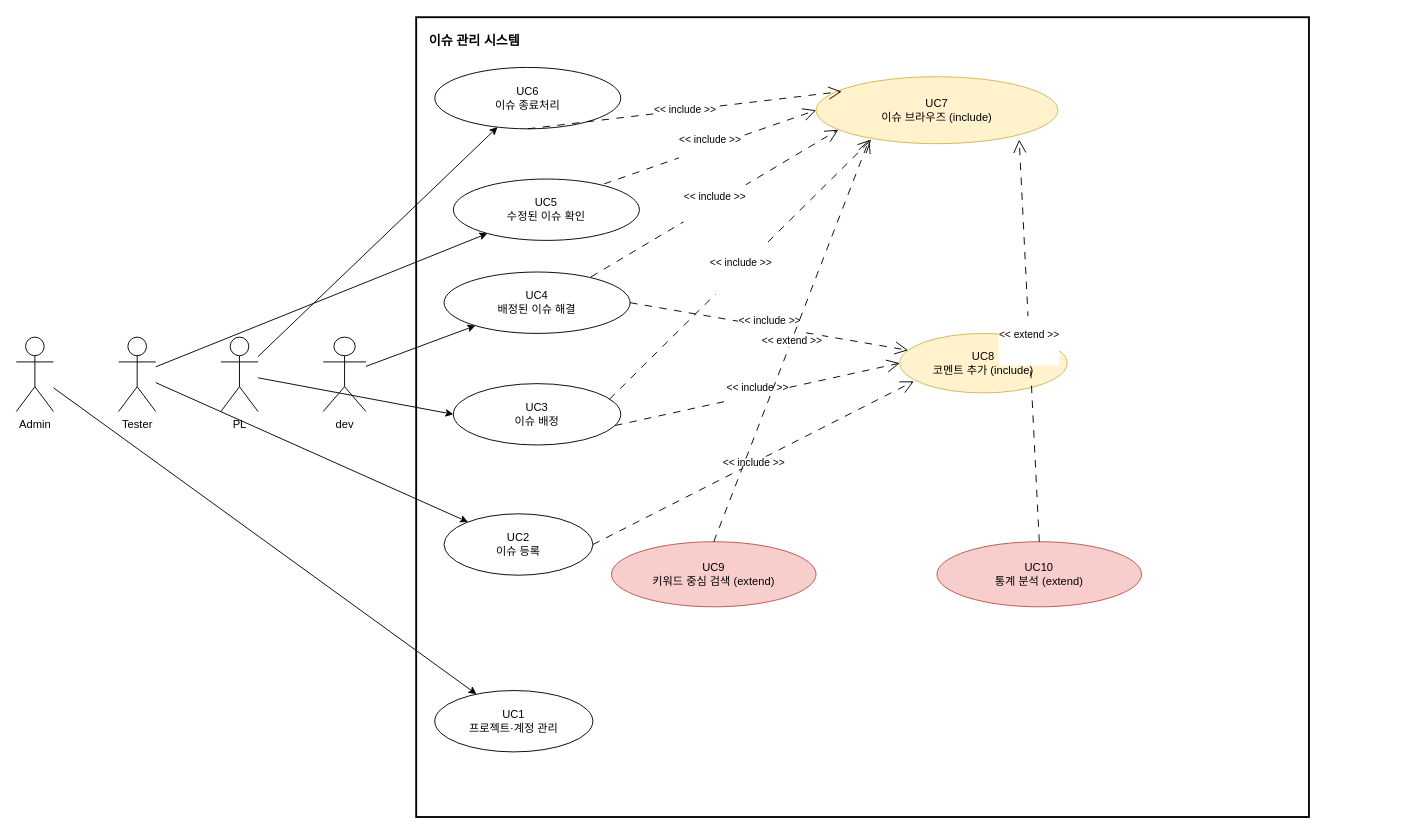
cau-sw-2026-spring-se01-team5/SE-Spring-Term-Project keeps this draw.io diagram as docs/artifacts/usecases-ver2.1/its-use-case-diagram.drawio. Above is the earlier version. Source tidied: cells renumbered, new cells numbered last; positions are measured from the earlier drawing's top-left corner, leaving out a move shared by most shapes. Both pictures are drawn from the tidied source at 93%, with x=0, y=0 at pixel (16, 17).
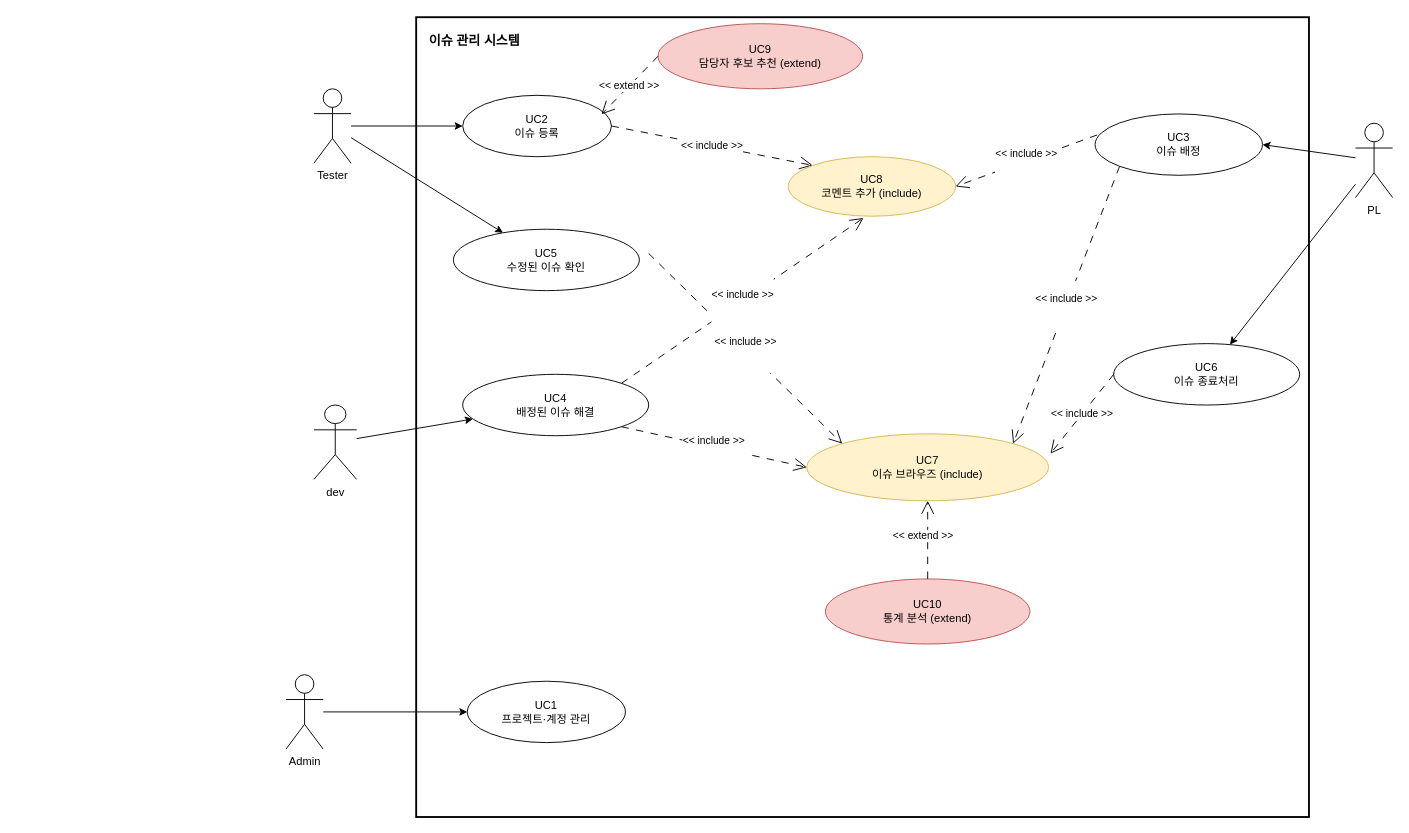
Above is the later version.

Diff of the diagram source:
```diff
@@
     <mxCell id="3" value="Admin" style="shape=umlActor;verticalLabelPosition=bottom;verticalAlign=top;html=1;outlineConnect=0;" parent="1" vertex="1">
-      <mxGeometry y="344" width="40" height="80" as="geometry" />
+      <mxGeometry x="290" y="707" width="40" height="80" as="geometry" />
     </mxCell>
     <mxCell id="4" value="Tester" style="shape=umlActor;verticalLabelPosition=bottom;verticalAlign=top;html=1;outlineConnect=0;" parent="1" vertex="1">
-      <mxGeometry x="110" y="344" width="40" height="80" as="geometry" />
+      <mxGeometry x="320" y="77" width="40" height="80" as="geometry" />
     </mxCell>
     <mxCell id="5" value="PL" style="shape=umlActor;verticalLabelPosition=bottom;verticalAlign=top;html=1;outlineConnect=0;" parent="1" vertex="1">
-      <mxGeometry x="220" y="344" width="40" height="80" as="geometry" />
+      <mxGeometry x="1440" y="114" width="40" height="80" as="geometry" />
     </mxCell>
     <mxCell id="6" value="dev" style="shape=umlActor;verticalLabelPosition=bottom;verticalAlign=top;html=1;outlineConnect=0;" parent="1" vertex="1">
-      <mxGeometry x="330" y="344" width="46" height="80" as="geometry" />
+      <mxGeometry x="320" y="417" width="46" height="80" as="geometry" />
     </mxCell>
     <mxCell id="7" value="UC1&lt;br&gt;프로젝트·계정 관리" style="ellipse;whiteSpace=wrap;html=1;" parent="1" vertex="1">
-      <mxGeometry x="450" y="724" width="170" height="66" as="geometry" />
+      <mxGeometry x="485" y="714" width="170" height="66" as="geometry" />
     </mxCell>
     <mxCell id="8" value="UC2&lt;br&gt;이슈 등록" style="ellipse;whiteSpace=wrap;html=1;" parent="1" vertex="1">
-      <mxGeometry x="460" y="534" width="160" height="66" as="geometry" />
+      <mxGeometry x="480" y="84" width="160" height="66" as="geometry" />
     </mxCell>
     <mxCell id="9" value="UC3&lt;br&gt;이슈 배정" style="ellipse;whiteSpace=wrap;html=1;" parent="1" vertex="1">
-      <mxGeometry x="470" y="394" width="180" height="66" as="geometry" />
+      <mxGeometry x="1160" y="104" width="180" height="66" as="geometry" />
     </mxCell>
     <mxCell id="10" value="UC4&lt;br&gt;배정된 이슈 해결" style="ellipse;whiteSpace=wrap;html=1;" parent="1" vertex="1">
-      <mxGeometry x="460" y="274" width="200" height="66" as="geometry" />
+      <mxGeometry x="480" y="384" width="200" height="66" as="geometry" />
     </mxCell>
     <mxCell id="11" value="UC5&lt;br&gt;수정된 이슈 확인" style="ellipse;whiteSpace=wrap;html=1;" parent="1" vertex="1">
-      <mxGeometry x="470" y="174" width="200" height="66" as="geometry" />
+      <mxGeometry x="470" y="228" width="200" height="66" as="geometry" />
     </mxCell>
     <mxCell id="12" value="UC6&lt;br&gt;이슈 종료처리" style="ellipse;whiteSpace=wrap;html=1;" parent="1" vertex="1">
-      <mxGeometry x="450" y="54" width="200" height="66" as="geometry" />
+      <mxGeometry x="1180" y="351" width="200" height="66" as="geometry" />
     </mxCell>
     <mxCell id="13" value="&lt;font color=&quot;#000000&quot;&gt;UC7&lt;br&gt;이슈 브라우즈 (include)&lt;/font&gt;" style="ellipse;whiteSpace=wrap;html=1;fillColor=#fff2cc;strokeColor=#d6b656;" parent="1" vertex="1">
-      <mxGeometry x="860" y="64" width="260" height="72" as="geometry" />
+      <mxGeometry x="850" y="448" width="260" height="72" as="geometry" />
     </mxCell>
-    <mxCell id="14" value="UC8&lt;br&gt;코멘트 추가&amp;nbsp;(include)" style="ellipse;whiteSpace=wrap;html=1;fillColor=#fff2cc;strokeColor=#d6b656;" parent="1" vertex="1">
-      <mxGeometry x="950" y="340" width="180" height="64" as="geometry" />
-    </mxCell>
-    <mxCell id="15" value="UC9&lt;br&gt;키워드 중심 검색 (extend)" style="ellipse;whiteSpace=wrap;html=1;fillColor=#f8cecc;strokeColor=#b85450;" parent="1" vertex="1">
-      <mxGeometry x="640" y="564" width="220" height="70" as="geometry" />
+    <mxCell id="15" value="UC9&lt;br&gt;담당자 후보 추천 (extend)" style="ellipse;whiteSpace=wrap;html=1;fillColor=#f8cecc;strokeColor=#b85450;" parent="1" vertex="1">
+      <mxGeometry x="690" y="7" width="220" height="70" as="geometry" />
     </mxCell>
     <mxCell id="16" value="UC10&lt;br&gt;통계 분석 (extend)" style="ellipse;whiteSpace=wrap;html=1;fillColor=#f8cecc;strokeColor=#b85450;" parent="1" vertex="1">
-      <mxGeometry x="990" y="564" width="220" height="70" as="geometry" />
+      <mxGeometry x="870" y="604" width="220" height="70" as="geometry" />
     </mxCell>
@@
-    <mxCell id="20" style="html=1;rounded=0;strokeWidth=1;endArrow=classic;startArrow=none;entryX=0;entryY=0.5;entryDx=0;entryDy=0;" parent="1" edge="1" source="5" target="9">
+    <mxCell id="20" style="html=1;rounded=0;strokeWidth=1;endArrow=classic;startArrow=none;entryX=1;entryY=0.5;entryDx=0;entryDy=0;" parent="1" edge="1" source="5" target="9">
       <mxGeometry relative="1" as="geometry" />
     </mxCell>
@@
-    <mxCell id="23" value="&#10;&lt;span style=&quot;color: rgb(0, 0, 0); font-family: Helvetica; font-size: 11px; font-style: normal; font-variant-ligatures: normal; font-variant-caps: normal; font-weight: 400; letter-spacing: normal; orphans: 2; text-align: center; text-indent: 0px; text-transform: none; widows: 2; word-spacing: 0px; -webkit-text-stroke-width: 0px; background-color: rgb(255, 255, 255); text-decoration-thickness: initial; text-decoration-style: initial; text-decoration-color: initial; float: none; display: inline !important;&quot;&gt;&amp;lt;&amp;lt; include &amp;gt;&amp;gt;&lt;/span&gt;&#10;&#10;" style="html=1;rounded=0;strokeWidth=1;fontSize=11;labelBackgroundColor=#ffffff;dashed=1;dashPattern=8 8;endArrow=open;endSize=12;endFill=0;startArrow=none;exitX=0.933;exitY=0.253;entryX=0.228;entryY=0.94;entryDx=0;entryDy=0;entryPerimeter=0;exitDx=0;exitDy=0;exitPerimeter=0;" parent="1" edge="1" source="9" target="13">
+    <mxCell id="23" value="&#10;&lt;span style=&quot;color: rgb(0, 0, 0); font-family: Helvetica; font-size: 11px; font-style: normal; font-variant-ligatures: normal; font-variant-caps: normal; font-weight: 400; letter-spacing: normal; orphans: 2; text-align: center; text-indent: 0px; text-transform: none; widows: 2; word-spacing: 0px; -webkit-text-stroke-width: 0px; background-color: rgb(255, 255, 255); text-decoration-thickness: initial; text-decoration-style: initial; text-decoration-color: initial; float: none; display: inline !important;&quot;&gt;&amp;lt;&amp;lt; include &amp;gt;&amp;gt;&lt;/span&gt;&#10;&#10;" style="html=1;rounded=0;strokeWidth=1;fontSize=11;labelBackgroundColor=#ffffff;dashed=1;dashPattern=8 8;endArrow=open;endSize=12;endFill=0;startArrow=none;entryX=1;entryY=0;entryDx=0;entryDy=0;exitX=0;exitY=1;exitDx=0;exitDy=0;" parent="1" edge="1" source="9" target="13">
       <mxGeometry relative="1" as="geometry" />
     </mxCell>
-    <mxCell id="24" value="&#10;&lt;span style=&quot;color: rgb(0, 0, 0); font-family: Helvetica; font-size: 11px; font-style: normal; font-variant-ligatures: normal; font-variant-caps: normal; font-weight: 400; letter-spacing: normal; orphans: 2; text-align: center; text-indent: 0px; text-transform: none; widows: 2; word-spacing: 0px; -webkit-text-stroke-width: 0px; background-color: rgb(255, 255, 255); text-decoration-thickness: initial; text-decoration-style: initial; text-decoration-color: initial; float: none; display: inline !important;&quot;&gt;&amp;lt;&amp;lt; include &amp;gt;&amp;gt;&lt;/span&gt;&#10;&#10;" style="html=1;rounded=0;strokeWidth=1;fontSize=11;labelBackgroundColor=#ffffff;dashed=1;dashPattern=8 8;endArrow=open;endSize=12;endFill=0;startArrow=none;exitX=0.79;exitY=0.079;entryX=0.092;entryY=0.792;entryDx=0;entryDy=0;entryPerimeter=0;exitDx=0;exitDy=0;exitPerimeter=0;" parent="1" edge="1" source="10" target="13">
+    <mxCell id="24" value="&#10;&lt;span style=&quot;color: rgb(0, 0, 0); font-family: Helvetica; font-size: 11px; font-style: normal; font-variant-ligatures: normal; font-variant-caps: normal; font-weight: 400; letter-spacing: normal; orphans: 2; text-align: center; text-indent: 0px; text-transform: none; widows: 2; word-spacing: 0px; -webkit-text-stroke-width: 0px; background-color: rgb(255, 255, 255); text-decoration-thickness: initial; text-decoration-style: initial; text-decoration-color: initial; float: none; display: inline !important;&quot;&gt;&amp;lt;&amp;lt; include &amp;gt;&amp;gt;&lt;/span&gt;&#10;&#10;" style="html=1;rounded=0;strokeWidth=1;fontSize=11;labelBackgroundColor=#ffffff;dashed=1;dashPattern=8 8;endArrow=open;endSize=12;endFill=0;startArrow=none;exitX=1;exitY=1;exitDx=0;exitDy=0;entryX=0;entryY=0.5;entryDx=0;entryDy=0;" parent="1" edge="1" source="10" target="13">
       <mxGeometry relative="1" as="geometry" />
     </mxCell>
-    <mxCell id="25" value="&#10;&lt;span style=&quot;color: rgb(0, 0, 0); font-family: Helvetica; font-size: 11px; font-style: normal; font-variant-ligatures: normal; font-variant-caps: normal; font-weight: 400; letter-spacing: normal; orphans: 2; text-align: center; text-indent: 0px; text-transform: none; widows: 2; word-spacing: 0px; -webkit-text-stroke-width: 0px; background-color: rgb(255, 255, 255); text-decoration-thickness: initial; text-decoration-style: initial; text-decoration-color: initial; float: none; display: inline !important;&quot;&gt;&amp;lt;&amp;lt; include &amp;gt;&amp;gt;&lt;/span&gt;&#10;&#10;" style="html=1;rounded=0;strokeWidth=1;fontSize=11;labelBackgroundColor=#ffffff;dashed=1;dashPattern=8 8;endArrow=open;endSize=12;endFill=0;startArrow=none;exitX=0.811;exitY=0.079;entryX=0;entryY=0.5;entryDx=0;entryDy=0;exitDx=0;exitDy=0;exitPerimeter=0;" parent="1" edge="1" source="11" target="13">
-      <mxGeometry relative="1" as="geometry" />
+    <mxCell id="25" value="&#10;&lt;span style=&quot;color: rgb(0, 0, 0); font-family: Helvetica; font-size: 11px; font-style: normal; font-variant-ligatures: normal; font-variant-caps: normal; font-weight: 400; letter-spacing: normal; orphans: 2; text-align: center; text-indent: 0px; text-transform: none; widows: 2; word-spacing: 0px; -webkit-text-stroke-width: 0px; background-color: rgb(255, 255, 255); text-decoration-thickness: initial; text-decoration-style: initial; text-decoration-color: initial; float: none; display: inline !important;&quot;&gt;&amp;lt;&amp;lt; include &amp;gt;&amp;gt;&lt;/span&gt;&#10;&#10;" style="html=1;rounded=0;strokeWidth=1;fontSize=11;labelBackgroundColor=#ffffff;dashed=1;dashPattern=8 8;endArrow=open;endSize=12;endFill=0;startArrow=none;entryX=0;entryY=0;entryDx=0;entryDy=0;" parent="1" edge="1" target="13">
+      <mxGeometry relative="1" as="geometry">
+        <mxPoint x="680" y="254" as="sourcePoint" />
+      </mxGeometry>
     </mxCell>
-    <mxCell id="26" value="&amp;lt;&amp;lt; include &amp;gt;&amp;gt;" style="html=1;rounded=0;strokeWidth=1;fontSize=11;labelBackgroundColor=#ffffff;dashed=1;dashPattern=8 8;endArrow=open;endSize=12;endFill=0;startArrow=none;exitX=0.5;exitY=1;entryX=0.106;entryY=0.221;entryDx=0;entryDy=0;entryPerimeter=0;" parent="1" edge="1" source="12" target="13">
+    <mxCell id="26" value="&amp;lt;&amp;lt; include &amp;gt;&amp;gt;" style="html=1;rounded=0;strokeWidth=1;fontSize=11;labelBackgroundColor=#ffffff;dashed=1;dashPattern=8 8;endArrow=open;endSize=12;endFill=0;startArrow=none;exitX=0;exitY=0.5;entryX=1.008;entryY=0.295;entryDx=0;entryDy=0;exitDx=0;exitDy=0;entryPerimeter=0;" parent="1" edge="1" source="12" target="13">
       <mxGeometry relative="1" as="geometry" />
     </mxCell>
-    <mxCell id="27" value="&amp;lt;&amp;lt; include &amp;gt;&amp;gt;" style="html=1;rounded=0;strokeWidth=1;fontSize=11;labelBackgroundColor=#ffffff;dashed=1;dashPattern=8 8;endArrow=open;endSize=12;endFill=0;startArrow=none;exitX=1;exitY=0.5;entryX=0.084;entryY=0.805;entryDx=0;entryDy=0;entryPerimeter=0;" parent="1" edge="1" source="8" target="14">
+    <mxCell id="27" value="&amp;lt;&amp;lt; include &amp;gt;&amp;gt;" style="html=1;rounded=0;strokeWidth=1;fontSize=11;labelBackgroundColor=#ffffff;dashed=1;dashPattern=8 8;endArrow=open;endSize=12;endFill=0;startArrow=none;exitX=1;exitY=0.5;entryX=0;entryY=0;entryDx=0;entryDy=0;" parent="1" edge="1" source="8" target="14">
       <mxGeometry relative="1" as="geometry" />
     </mxCell>
-    <mxCell id="28" value="&#10;&lt;span style=&quot;color: rgb(0, 0, 0); font-family: Helvetica; font-size: 11px; font-style: normal; font-variant-ligatures: normal; font-variant-caps: normal; font-weight: 400; letter-spacing: normal; orphans: 2; text-align: center; text-indent: 0px; text-transform: none; widows: 2; word-spacing: 0px; -webkit-text-stroke-width: 0px; background-color: rgb(255, 255, 255); text-decoration-thickness: initial; text-decoration-style: initial; text-decoration-color: initial; float: none; display: inline !important;&quot;&gt;&amp;lt;&amp;lt; include &amp;gt;&amp;gt;&lt;/span&gt;&#10;&#10;" style="html=1;rounded=0;strokeWidth=1;fontSize=11;labelBackgroundColor=#ffffff;dashed=1;dashPattern=8 8;endArrow=open;endSize=12;endFill=0;startArrow=none;exitX=1;exitY=0.7;entryX=0;entryY=0.5;entryDx=0;entryDy=0;" parent="1" edge="1" source="9" target="14">
+    <mxCell id="28" value="&#10;&lt;span style=&quot;color: rgb(0, 0, 0); font-family: Helvetica; font-size: 11px; font-style: normal; font-variant-ligatures: normal; font-variant-caps: normal; font-weight: 400; letter-spacing: normal; orphans: 2; text-align: center; text-indent: 0px; text-transform: none; widows: 2; word-spacing: 0px; -webkit-text-stroke-width: 0px; background-color: rgb(255, 255, 255); text-decoration-thickness: initial; text-decoration-style: initial; text-decoration-color: initial; float: none; display: inline !important;&quot;&gt;&amp;lt;&amp;lt; include &amp;gt;&amp;gt;&lt;/span&gt;&#10;&#10;" style="html=1;rounded=0;strokeWidth=1;fontSize=11;labelBackgroundColor=#ffffff;dashed=1;dashPattern=8 8;endArrow=open;endSize=12;endFill=0;startArrow=none;exitX=0.012;exitY=0.343;entryX=1;entryY=0.5;entryDx=0;entryDy=0;exitDx=0;exitDy=0;exitPerimeter=0;" parent="1" edge="1" source="9" target="14">
       <mxGeometry relative="1" as="geometry" />
     </mxCell>
-    <mxCell id="29" value="&#10;&lt;span style=&quot;color: rgb(0, 0, 0); font-family: Helvetica; font-size: 11px; font-style: normal; font-variant-ligatures: normal; font-variant-caps: normal; font-weight: 400; letter-spacing: normal; orphans: 2; text-align: center; text-indent: 0px; text-transform: none; widows: 2; word-spacing: 0px; -webkit-text-stroke-width: 0px; background-color: rgb(255, 255, 255); text-decoration-thickness: initial; text-decoration-style: initial; text-decoration-color: initial; float: none; display: inline !important;&quot;&gt;&amp;lt;&amp;lt; include &amp;gt;&amp;gt;&lt;/span&gt;&#10;&#10;" style="html=1;rounded=0;strokeWidth=1;fontSize=11;labelBackgroundColor=#ffffff;dashed=1;dashPattern=8 8;endArrow=open;endSize=12;endFill=0;startArrow=none;exitX=1;exitY=0.5;" parent="1" edge="1" source="10" target="14">
+    <mxCell id="29" value="&#10;&lt;span style=&quot;color: rgb(0, 0, 0); font-family: Helvetica; font-size: 11px; font-style: normal; font-variant-ligatures: normal; font-variant-caps: normal; font-weight: 400; letter-spacing: normal; orphans: 2; text-align: center; text-indent: 0px; text-transform: none; widows: 2; word-spacing: 0px; -webkit-text-stroke-width: 0px; background-color: rgb(255, 255, 255); text-decoration-thickness: initial; text-decoration-style: initial; text-decoration-color: initial; float: none; display: inline !important;&quot;&gt;&amp;lt;&amp;lt; include &amp;gt;&amp;gt;&lt;/span&gt;&#10;&#10;" style="html=1;rounded=0;strokeWidth=1;fontSize=11;labelBackgroundColor=#ffffff;dashed=1;dashPattern=8 8;endArrow=open;endSize=12;endFill=0;startArrow=none;exitX=1;exitY=0;entryX=0.45;entryY=1.029;entryDx=0;entryDy=0;entryPerimeter=0;exitDx=0;exitDy=0;" parent="1" edge="1" source="10" target="14">
       <mxGeometry relative="1" as="geometry" />
     </mxCell>
-    <mxCell id="30" value="&amp;lt;&amp;lt; extend &amp;gt;&amp;gt;" style="html=1;rounded=0;strokeWidth=1;fontSize=11;labelBackgroundColor=#ffffff;dashed=1;dashPattern=8 8;endArrow=open;endSize=12;endFill=0;startArrow=none;exitX=0.5;exitY=0;entryX=0.22;entryY=0.94;entryDx=0;entryDy=0;entryPerimeter=0;" parent="1" edge="1" source="15" target="13">
+    <mxCell id="30" value="&amp;lt;&amp;lt; extend &amp;gt;&amp;gt;" style="html=1;rounded=0;strokeWidth=1;fontSize=11;labelBackgroundColor=#ffffff;dashed=1;dashPattern=8 8;endArrow=open;endSize=12;endFill=0;startArrow=none;exitX=0.06;exitY=0.492;entryX=0.933;entryY=0.309;entryDx=0;entryDy=0;entryPerimeter=0;" parent="1" edge="1" source="15" target="8">
       <mxGeometry relative="1" as="geometry" />
     </mxCell>
-    <mxCell id="31" value="&#10;&lt;span style=&quot;color: rgb(0, 0, 0); font-family: Helvetica; font-size: 11px; font-style: normal; font-variant-ligatures: normal; font-variant-caps: normal; font-weight: 400; letter-spacing: normal; orphans: 2; text-align: center; text-indent: 0px; text-transform: none; widows: 2; word-spacing: 0px; -webkit-text-stroke-width: 0px; background-color: rgb(255, 255, 255); text-decoration-thickness: initial; text-decoration-style: initial; text-decoration-color: initial; float: none; display: inline !important;&quot;&gt;&amp;lt;&amp;lt; extend &amp;gt;&amp;gt;&lt;/span&gt;&#10;&#10;" style="html=1;rounded=0;strokeWidth=1;fontSize=11;labelBackgroundColor=#ffffff;dashed=1;dashPattern=8 8;endArrow=open;endSize=12;endFill=0;startArrow=none;exitX=0.5;exitY=0;entryX=0.84;entryY=0.94;entryDx=0;entryDy=0;entryPerimeter=0;exitDx=0;exitDy=0;" parent="1" edge="1" source="16" target="13">
-      <mxGeometry relative="1" as="geometry" />
+    <mxCell id="31" style="html=1;rounded=0;strokeWidth=1;fontSize=11;labelBackgroundColor=#ffffff;dashed=1;dashPattern=8 8;endArrow=open;endSize=12;endFill=0;startArrow=none;exitX=0.5;exitY=0;entryX=0.5;entryY=1;entryDx=0;entryDy=0;exitDx=0;exitDy=0;" parent="1" edge="1" source="16" target="13">
+      <mxGeometry x="-0.69" y="-109" relative="1" as="geometry" />
     </mxCell>
+    <mxCell id="32" value="&amp;lt;&amp;lt; extend &amp;gt;&amp;gt;" style="edgeLabel;html=1;align=center;verticalAlign=middle;" parent="31" vertex="1">
+      <mxGeometry x="0.13" y="6" relative="1" as="geometry" />
+    </mxCell>
+    <mxCell id="14" value="UC8&lt;br&gt;코멘트 추가&amp;nbsp;(include)" style="ellipse;whiteSpace=wrap;html=1;fillColor=#fff2cc;strokeColor=#d6b656;" parent="1" vertex="1">
+      <mxGeometry x="830" y="150" width="180" height="64" as="geometry" />
+    </mxCell>
```
